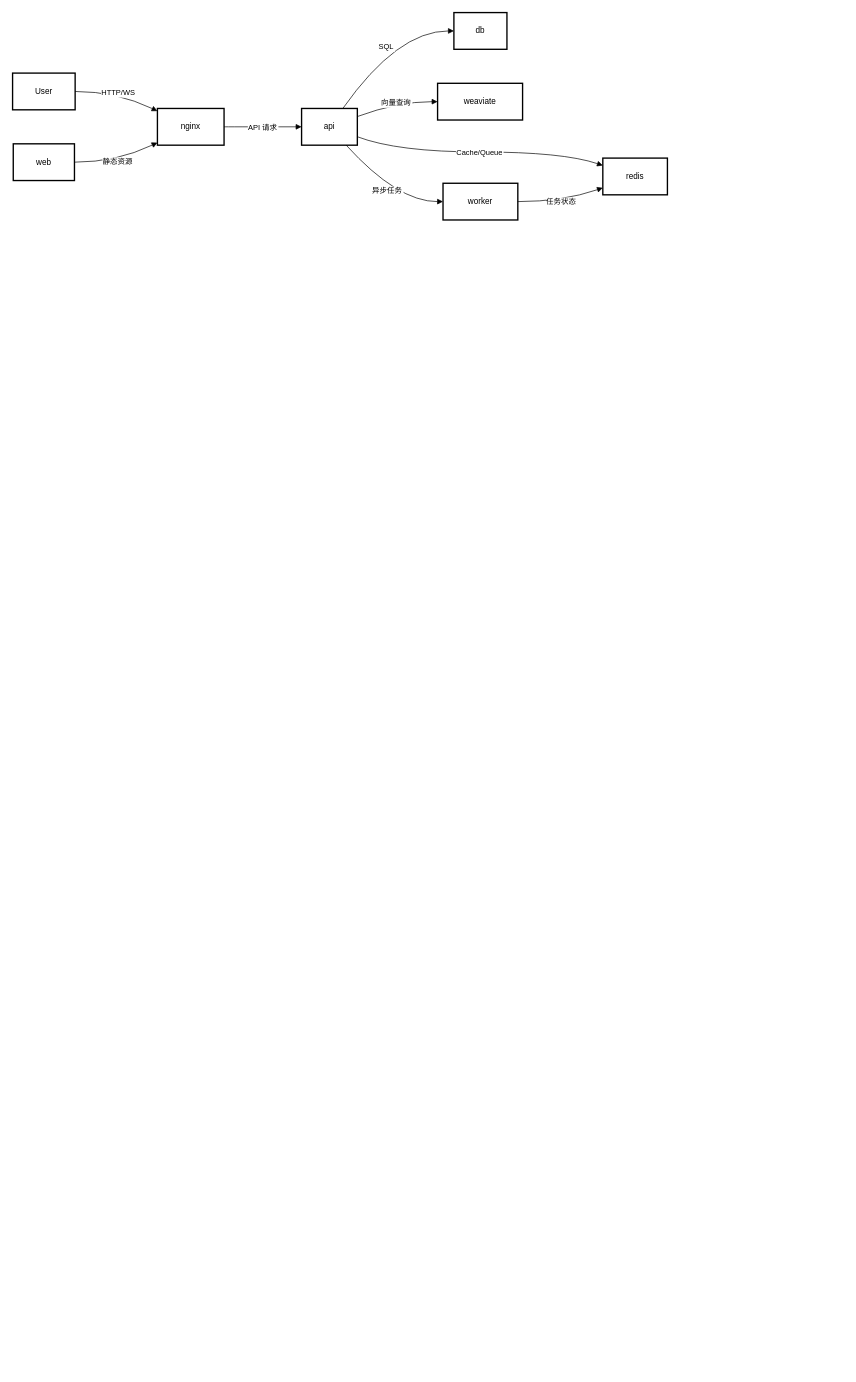
ymf1234/flow-chart keeps this draw.io diagram as dify架构图.drawio. Above is the earlier version. Source tidied: cells renumbered, new cells numbered last; positions are measured from the earlier drawing's top-left corner, leaving out a move shared by most shapes. Both pictures are drawn from the tidied source at 68%, with x=0, y=0 at pixel (12, 12).
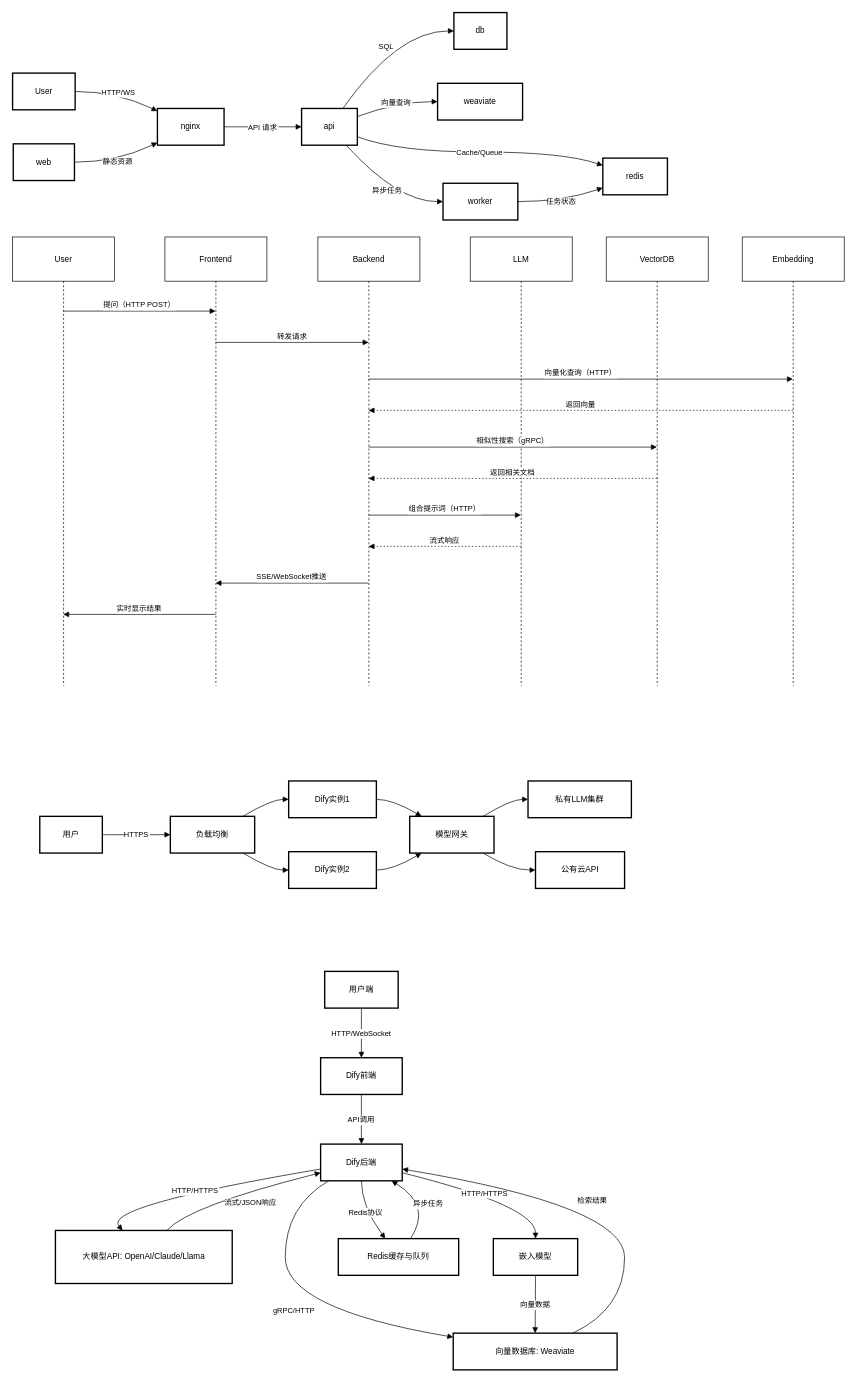
Above is the later version.

Commit message (it also covers changes not shown here):
更新dify架构图.drawio

Diff of the diagram source:
```diff
@@
+    <mxCell id="18" value="User" style="shape=umlLifeline;perimeter=lifelinePerimeter;whiteSpace=wrap;outlineConnect=0;portConstraint=eastwest;newEdgeStyle={&quot;edgeStyle&quot;:&quot;elbowEdgeStyle&quot;,&quot;elbow&quot;:&quot;vertical&quot;,&quot;curved&quot;:0,&quot;rounded&quot;:0};size=65;" parent="1" vertex="1">
+      <mxGeometry y="330" width="150" height="660" as="geometry" />
+    </mxCell>
+    <mxCell id="19" value="Frontend" style="shape=umlLifeline;perimeter=lifelinePerimeter;whiteSpace=wrap;outlineConnect=0;portConstraint=eastwest;newEdgeStyle={&quot;edgeStyle&quot;:&quot;elbowEdgeStyle&quot;,&quot;elbow&quot;:&quot;vertical&quot;,&quot;curved&quot;:0,&quot;rounded&quot;:0};size=65;" parent="1" vertex="1">
+      <mxGeometry x="224" y="330" width="150" height="660" as="geometry" />
+    </mxCell>
+    <mxCell id="20" value="Backend" style="shape=umlLifeline;perimeter=lifelinePerimeter;whiteSpace=wrap;outlineConnect=0;portConstraint=eastwest;newEdgeStyle={&quot;edgeStyle&quot;:&quot;elbowEdgeStyle&quot;,&quot;elbow&quot;:&quot;vertical&quot;,&quot;curved&quot;:0,&quot;rounded&quot;:0};size=65;" parent="1" vertex="1">
+      <mxGeometry x="449" y="330" width="150" height="660" as="geometry" />
+    </mxCell>
+    <mxCell id="21" value="LLM" style="shape=umlLifeline;perimeter=lifelinePerimeter;whiteSpace=wrap;outlineConnect=0;portConstraint=eastwest;newEdgeStyle={&quot;edgeStyle&quot;:&quot;elbowEdgeStyle&quot;,&quot;elbow&quot;:&quot;vertical&quot;,&quot;curved&quot;:0,&quot;rounded&quot;:0};size=65;" parent="1" vertex="1">
+      <mxGeometry x="673" y="330" width="150" height="660" as="geometry" />
+    </mxCell>
+    <mxCell id="22" value="VectorDB" style="shape=umlLifeline;perimeter=lifelinePerimeter;whiteSpace=wrap;outlineConnect=0;portConstraint=eastwest;newEdgeStyle={&quot;edgeStyle&quot;:&quot;elbowEdgeStyle&quot;,&quot;elbow&quot;:&quot;vertical&quot;,&quot;curved&quot;:0,&quot;rounded&quot;:0};size=65;" parent="1" vertex="1">
+      <mxGeometry x="873" y="330" width="150" height="660" as="geometry" />
+    </mxCell>
+    <mxCell id="23" value="Embedding" style="shape=umlLifeline;perimeter=lifelinePerimeter;whiteSpace=wrap;outlineConnect=0;portConstraint=eastwest;newEdgeStyle={&quot;edgeStyle&quot;:&quot;elbowEdgeStyle&quot;,&quot;elbow&quot;:&quot;vertical&quot;,&quot;curved&quot;:0,&quot;rounded&quot;:0};size=65;" parent="1" vertex="1">
+      <mxGeometry x="1073" y="330" width="150" height="660" as="geometry" />
+    </mxCell>
+    <mxCell id="24" value="提问（HTTP POST）" style="verticalAlign=bottom;edgeStyle=elbowEdgeStyle;elbow=vertical;curved=0;rounded=0;endArrow=block;" parent="1" edge="1" source="18" target="19">
+      <mxGeometry relative="1" as="geometry">
+        <Array as="points">
+          <mxPoint x="196" y="439" />
+        </Array>
+      </mxGeometry>
+    </mxCell>
+    <mxCell id="25" value="转发请求" style="verticalAlign=bottom;edgeStyle=elbowEdgeStyle;elbow=vertical;curved=0;rounded=0;endArrow=block;" parent="1" edge="1" source="19" target="20">
+      <mxGeometry relative="1" as="geometry">
+        <Array as="points">
+          <mxPoint x="420" y="485" />
+        </Array>
+      </mxGeometry>
+    </mxCell>
+    <mxCell id="26" value="向量化查询（HTTP）" style="verticalAlign=bottom;edgeStyle=elbowEdgeStyle;elbow=vertical;curved=0;rounded=0;endArrow=block;" parent="1" edge="1" source="20" target="23">
+      <mxGeometry relative="1" as="geometry">
+        <Array as="points">
+          <mxPoint x="845" y="539" />
+        </Array>
+      </mxGeometry>
+    </mxCell>
+    <mxCell id="27" value="返回向量" style="verticalAlign=bottom;edgeStyle=elbowEdgeStyle;elbow=vertical;curved=0;rounded=0;dashed=1;dashPattern=2 3;endArrow=block;" parent="1" edge="1" source="23" target="20">
+      <mxGeometry relative="1" as="geometry">
+        <Array as="points">
+          <mxPoint x="848" y="585" />
+        </Array>
+      </mxGeometry>
+    </mxCell>
+    <mxCell id="28" value="相似性搜索（gRPC）" style="verticalAlign=bottom;edgeStyle=elbowEdgeStyle;elbow=vertical;curved=0;rounded=0;endArrow=block;" parent="1" edge="1" source="20" target="22">
+      <mxGeometry relative="1" as="geometry">
+        <Array as="points">
+          <mxPoint x="745" y="639" />
+        </Array>
+      </mxGeometry>
+    </mxCell>
+    <mxCell id="29" value="返回相关文档" style="verticalAlign=bottom;edgeStyle=elbowEdgeStyle;elbow=vertical;curved=0;rounded=0;dashed=1;dashPattern=2 3;endArrow=block;" parent="1" edge="1" source="22" target="20">
+      <mxGeometry relative="1" as="geometry">
+        <Array as="points">
+          <mxPoint x="748" y="685" />
+        </Array>
+      </mxGeometry>
+    </mxCell>
+    <mxCell id="30" value="组合提示词（HTTP）" style="verticalAlign=bottom;edgeStyle=elbowEdgeStyle;elbow=vertical;curved=0;rounded=0;endArrow=block;" parent="1" edge="1" source="20" target="21">
+      <mxGeometry relative="1" as="geometry">
+        <Array as="points">
+          <mxPoint x="645" y="739" />
+        </Array>
+      </mxGeometry>
+    </mxCell>
+    <mxCell id="31" value="流式响应" style="verticalAlign=bottom;edgeStyle=elbowEdgeStyle;elbow=vertical;curved=0;rounded=0;dashed=1;dashPattern=2 3;endArrow=block;" parent="1" edge="1" source="21" target="20">
+      <mxGeometry relative="1" as="geometry">
+        <Array as="points">
+          <mxPoint x="648" y="785" />
+        </Array>
+      </mxGeometry>
+    </mxCell>
+    <mxCell id="32" value="SSE/WebSocket推送" style="verticalAlign=bottom;edgeStyle=elbowEdgeStyle;elbow=vertical;curved=0;rounded=0;endArrow=block;" parent="1" edge="1" source="20" target="19">
+      <mxGeometry relative="1" as="geometry">
+        <Array as="points">
+          <mxPoint x="423" y="839" />
+        </Array>
+      </mxGeometry>
+    </mxCell>
+    <mxCell id="33" value="实时显示结果" style="verticalAlign=bottom;edgeStyle=elbowEdgeStyle;elbow=vertical;curved=0;rounded=0;endArrow=block;" parent="1" edge="1" source="19" target="18">
+      <mxGeometry relative="1" as="geometry">
+        <Array as="points">
+          <mxPoint x="199" y="885" />
+        </Array>
+      </mxGeometry>
+    </mxCell>
+    <mxCell id="34" value="用户" style="whiteSpace=wrap;strokeWidth=2;" parent="1" vertex="1">
+      <mxGeometry x="40" y="1182" width="92" height="54" as="geometry" />
+    </mxCell>
+    <mxCell id="35" value="负载均衡" style="whiteSpace=wrap;strokeWidth=2;" parent="1" vertex="1">
+      <mxGeometry x="232" y="1182" width="124" height="54" as="geometry" />
+    </mxCell>
+    <mxCell id="36" value="Dify实例1" style="whiteSpace=wrap;strokeWidth=2;" parent="1" vertex="1">
+      <mxGeometry x="406" y="1130" width="129" height="54" as="geometry" />
+    </mxCell>
+    <mxCell id="37" value="Dify实例2" style="whiteSpace=wrap;strokeWidth=2;" parent="1" vertex="1">
+      <mxGeometry x="406" y="1234" width="129" height="54" as="geometry" />
+    </mxCell>
+    <mxCell id="38" value="模型网关" style="whiteSpace=wrap;strokeWidth=2;" parent="1" vertex="1">
+      <mxGeometry x="584" y="1182" width="124" height="54" as="geometry" />
+    </mxCell>
+    <mxCell id="39" value="私有LLM集群" style="whiteSpace=wrap;strokeWidth=2;" parent="1" vertex="1">
+      <mxGeometry x="758" y="1130" width="152" height="54" as="geometry" />
+    </mxCell>
+    <mxCell id="40" value="公有云API" style="whiteSpace=wrap;strokeWidth=2;" parent="1" vertex="1">
+      <mxGeometry x="769" y="1234" width="131" height="54" as="geometry" />
+    </mxCell>
+    <mxCell id="41" value="HTTPS" style="curved=1;startArrow=none;endArrow=block;exitX=1;exitY=0.5;entryX=0;entryY=0.5;rounded=0;" parent="1" edge="1" source="34" target="35">
+      <mxGeometry relative="1" as="geometry" />
+    </mxCell>
+    <mxCell id="42" style="curved=1;startArrow=none;endArrow=block;exitX=0.86;exitY=0;entryX=0;entryY=0.5;rounded=0;" parent="1" edge="1" source="35" target="36">
+      <mxGeometry relative="1" as="geometry">
+        <Array as="points">
+          <mxPoint x="381" y="1157" />
+        </Array>
+      </mxGeometry>
+    </mxCell>
+    <mxCell id="43" style="curved=1;startArrow=none;endArrow=block;exitX=0.86;exitY=1;entryX=0;entryY=0.5;rounded=0;" parent="1" edge="1" source="35" target="37">
+      <mxGeometry relative="1" as="geometry">
+        <Array as="points">
+          <mxPoint x="381" y="1261" />
+        </Array>
+      </mxGeometry>
+    </mxCell>
+    <mxCell id="44" style="curved=1;startArrow=none;endArrow=block;exitX=0.99;exitY=0.5;entryX=0.14;entryY=0;rounded=0;" parent="1" edge="1" source="36" target="38">
+      <mxGeometry relative="1" as="geometry">
+        <Array as="points">
+          <mxPoint x="559" y="1157" />
+        </Array>
+      </mxGeometry>
+    </mxCell>
+    <mxCell id="45" style="curved=1;startArrow=none;endArrow=block;exitX=0.99;exitY=0.5;entryX=0.14;entryY=1;rounded=0;" parent="1" edge="1" source="37" target="38">
+      <mxGeometry relative="1" as="geometry">
+        <Array as="points">
+          <mxPoint x="559" y="1261" />
+        </Array>
+      </mxGeometry>
+    </mxCell>
+    <mxCell id="46" style="curved=1;startArrow=none;endArrow=block;exitX=0.87;exitY=0;entryX=0;entryY=0.5;rounded=0;" parent="1" edge="1" source="38" target="39">
+      <mxGeometry relative="1" as="geometry">
+        <Array as="points">
+          <mxPoint x="733" y="1157" />
+        </Array>
+      </mxGeometry>
+    </mxCell>
+    <mxCell id="47" style="curved=1;startArrow=none;endArrow=block;exitX=0.87;exitY=1;entryX=0;entryY=0.5;rounded=0;" parent="1" edge="1" source="38" target="40">
+      <mxGeometry relative="1" as="geometry">
+        <Array as="points">
+          <mxPoint x="733" y="1261" />
+        </Array>
+      </mxGeometry>
+    </mxCell>
+    <mxCell id="48" value="用户端" style="whiteSpace=wrap;strokeWidth=2;" parent="1" vertex="1">
+      <mxGeometry x="459" y="1410" width="108" height="54" as="geometry" />
+    </mxCell>
+    <mxCell id="49" value="Dify前端" style="whiteSpace=wrap;strokeWidth=2;" parent="1" vertex="1">
+      <mxGeometry x="453" y="1537" width="120" height="54" as="geometry" />
+    </mxCell>
+    <mxCell id="50" value="Dify后端" style="whiteSpace=wrap;strokeWidth=2;" parent="1" vertex="1">
+      <mxGeometry x="453" y="1664" width="120" height="54" as="geometry" />
+    </mxCell>
+    <mxCell id="51" value="大模型API: OpenAI/Claude/Llama" style="whiteSpace=wrap;strokeWidth=2;" parent="1" vertex="1">
+      <mxGeometry x="63" y="1791" width="260" height="78" as="geometry" />
+    </mxCell>
+    <mxCell id="52" value="嵌入模型" style="whiteSpace=wrap;strokeWidth=2;" parent="1" vertex="1">
+      <mxGeometry x="707" y="1803" width="124" height="54" as="geometry" />
+    </mxCell>
+    <mxCell id="53" value="向量数据库: Weaviate" style="whiteSpace=wrap;strokeWidth=2;" parent="1" vertex="1">
+      <mxGeometry x="648" y="1942" width="241" height="54" as="geometry" />
+    </mxCell>
+    <mxCell id="54" value="Redis缓存与队列" style="whiteSpace=wrap;strokeWidth=2;" parent="1" vertex="1">
+      <mxGeometry x="479" y="1803" width="177" height="54" as="geometry" />
+    </mxCell>
+    <mxCell id="55" value="HTTP/WebSocket" style="curved=1;startArrow=none;endArrow=block;exitX=0.5;exitY=1;entryX=0.5;entryY=0;rounded=0;" parent="1" edge="1" source="48" target="49">
+      <mxGeometry relative="1" as="geometry" />
+    </mxCell>
+    <mxCell id="56" value="API调用" style="curved=1;startArrow=none;endArrow=block;exitX=0.5;exitY=1;entryX=0.5;entryY=0;rounded=0;" parent="1" edge="1" source="49" target="50">
+      <mxGeometry relative="1" as="geometry" />
+    </mxCell>
+    <mxCell id="57" value="HTTP/HTTPS" style="curved=1;startArrow=none;endArrow=block;exitX=0;exitY=0.68;entryX=0.38;entryY=0;rounded=0;" parent="1" edge="1" source="50" target="51">
+      <mxGeometry relative="1" as="geometry">
+        <Array as="points">
+          <mxPoint x="131" y="1755" />
+        </Array>
+      </mxGeometry>
+    </mxCell>
+    <mxCell id="58" value="HTTP/HTTPS" style="curved=1;startArrow=none;endArrow=block;exitX=1;exitY=0.78;entryX=0.5;entryY=0;rounded=0;" parent="1" edge="1" source="50" target="52">
+      <mxGeometry relative="1" as="geometry">
+        <Array as="points">
+          <mxPoint x="769" y="1755" />
+        </Array>
+      </mxGeometry>
+    </mxCell>
+    <mxCell id="59" value="gRPC/HTTP" style="curved=1;startArrow=none;endArrow=block;exitX=0.1;exitY=1;entryX=0;entryY=0.11;rounded=0;" parent="1" edge="1" source="50" target="53">
+      <mxGeometry relative="1" as="geometry">
+        <Array as="points">
+          <mxPoint x="401" y="1755" />
+          <mxPoint x="401" y="1906" />
+        </Array>
+      </mxGeometry>
+    </mxCell>
+    <mxCell id="60" value="Redis协议" style="curved=1;startArrow=none;endArrow=block;exitX=0.5;exitY=1;entryX=0.39;entryY=0;rounded=0;" parent="1" edge="1" source="50" target="54">
+      <mxGeometry relative="1" as="geometry">
+        <Array as="points">
+          <mxPoint x="513" y="1755" />
+        </Array>
+      </mxGeometry>
+    </mxCell>
+    <mxCell id="61" value="流式/JSON响应" style="curved=1;startArrow=none;endArrow=block;exitX=0.63;exitY=0;entryX=0;entryY=0.78;rounded=0;" parent="1" edge="1" source="51" target="50">
+      <mxGeometry x="0.11" y="-17" relative="1" as="geometry">
+        <Array as="points">
+          <mxPoint x="259" y="1755" />
+        </Array>
+      </mxGeometry>
+    </mxCell>
+    <mxCell id="62" value="向量数据" style="curved=1;startArrow=none;endArrow=block;exitX=0.5;exitY=1;entryX=0.5;entryY=0;rounded=0;" parent="1" edge="1" source="52" target="53">
+      <mxGeometry relative="1" as="geometry" />
+    </mxCell>
+    <mxCell id="63" value="检索结果" style="curved=1;startArrow=none;endArrow=block;exitX=0.73;exitY=0;entryX=1;entryY=0.68;rounded=0;" parent="1" edge="1" source="53" target="50">
+      <mxGeometry relative="1" as="geometry">
+        <Array as="points">
+          <mxPoint x="900" y="1906" />
+          <mxPoint x="900" y="1755" />
+        </Array>
+      </mxGeometry>
+    </mxCell>
+    <mxCell id="64" value="异步任务" style="curved=1;startArrow=none;endArrow=block;exitX=0.6;exitY=0;entryX=0.87;entryY=1;rounded=0;" parent="1" edge="1" source="54" target="50">
+      <mxGeometry relative="1" as="geometry">
+        <Array as="points">
+          <mxPoint x="617" y="1755" />
+        </Array>
+      </mxGeometry>
+    </mxCell>
```
